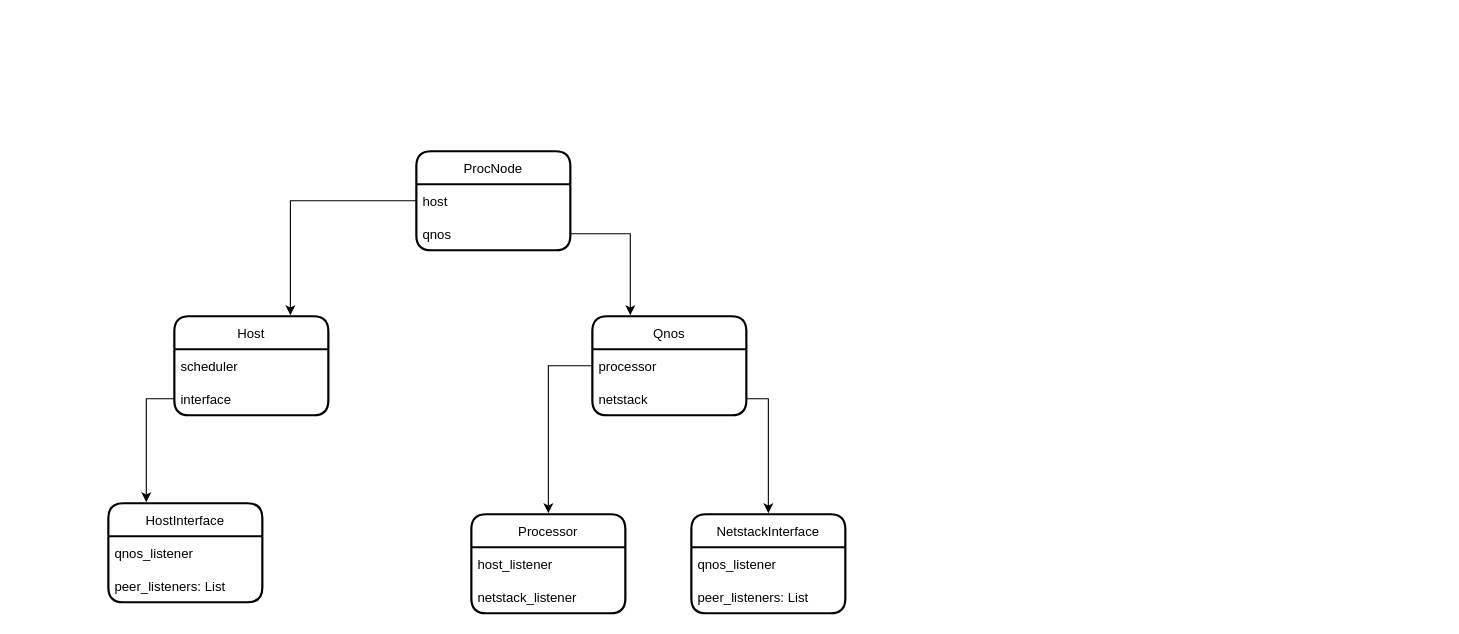
This is squidasm/qoala/arch/protocols.drawio from QuTech-Delft/squidasm, a draw.io file, before an edit. Source tidied: cells renumbered, new cells numbered last; positions are measured from the earlier drawing's top-left corner, leaving out a move shared by most shapes. Both pictures are drawn from the tidied source at 110%, with x=0, y=0 at pixel (108, 151).
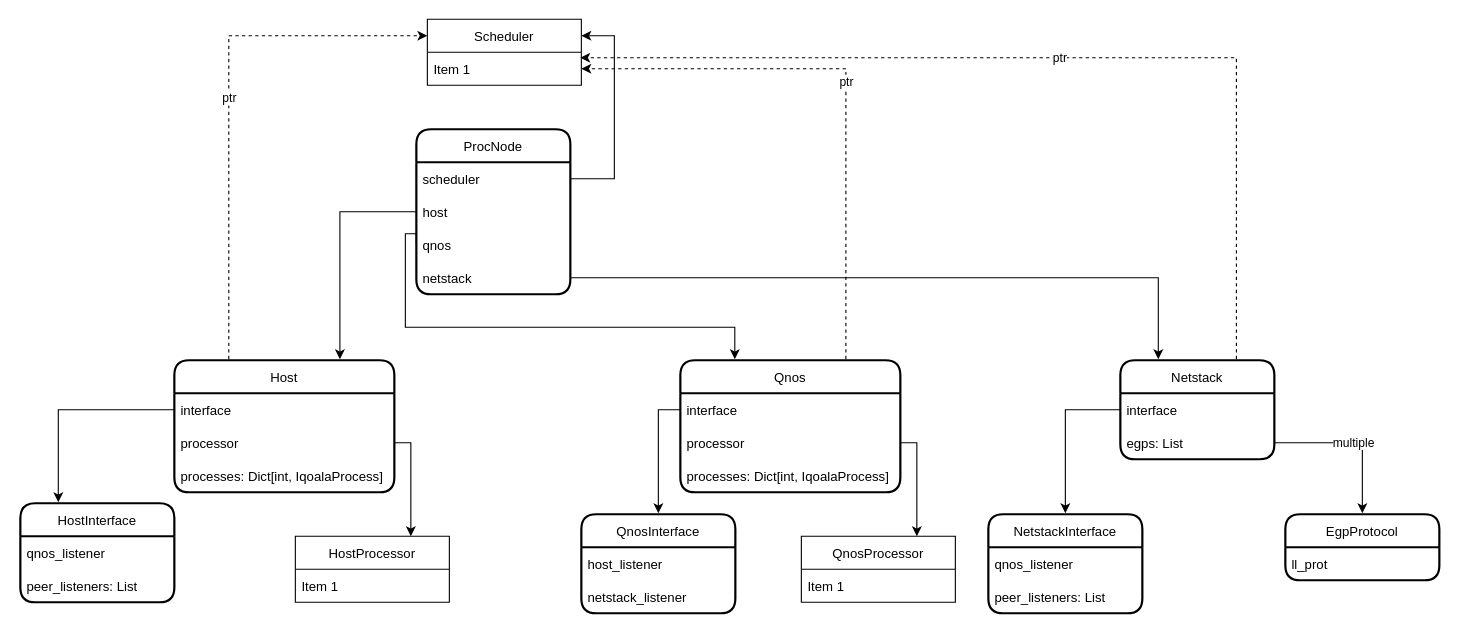
After the change.

The edit, as a diff of the source:
```diff
@@
+    <mxCell id="25" value="ptr" style="edgeStyle=orthogonalEdgeStyle;rounded=0;html=1;exitX=0.75;exitY=0;exitDx=0;exitDy=0;entryX=1;entryY=0.5;entryDx=0;entryDy=0;dashed=1;" parent="1" edge="1" source="2" target="37">
+      <mxGeometry relative="1" as="geometry" />
+    </mxCell>
     <mxCell id="2" value="Qnos" style="swimlane;fontStyle=0;horizontal=1;startSize=30;rounded=1;glass=0;swimlaneLine=1;strokeWidth=2;swimlaneFillColor=none;gradientColor=none;perimeterSpacing=1;" parent="1" vertex="1">
-      <mxGeometry x="440" y="150" width="140" height="90" as="geometry" />
+      <mxGeometry x="520" y="190" width="200" height="120" as="geometry" />
     </mxCell>
-    <mxCell id="3" value="processor" style="text;strokeColor=none;fillColor=none;align=left;verticalAlign=middle;spacingLeft=4;spacingRight=4;overflow=hidden;points=[[0,0.5],[1,0.5]];portConstraint=eastwest;" parent="2" vertex="1">
-      <mxGeometry y="30" width="140" height="30" as="geometry" />
+    <mxCell id="3" value="interface" style="text;strokeColor=none;fillColor=none;align=left;verticalAlign=middle;spacingLeft=4;spacingRight=4;overflow=hidden;points=[[0,0.5],[1,0.5]];portConstraint=eastwest;" parent="2" vertex="1">
+      <mxGeometry y="30" width="200" height="30" as="geometry" />
     </mxCell>
+    <mxCell id="26" value="processor" style="text;strokeColor=none;fillColor=none;align=left;verticalAlign=middle;spacingLeft=4;spacingRight=4;overflow=hidden;points=[[0,0.5],[1,0.5]];portConstraint=eastwest;" parent="2" vertex="1">
+      <mxGeometry y="60" width="200" height="30" as="geometry" />
+    </mxCell>
-    <mxCell id="4" value="netstack" style="text;strokeColor=none;fillColor=none;align=left;verticalAlign=middle;spacingLeft=4;spacingRight=4;overflow=hidden;points=[[0,0.5],[1,0.5]];portConstraint=eastwest;dashed=1;dashPattern=1 1;" parent="2" vertex="1">
-      <mxGeometry y="60" width="140" height="30" as="geometry" />
+    <mxCell id="4" value="processes: Dict[int, IqoalaProcess]" style="text;strokeColor=none;fillColor=none;align=left;verticalAlign=middle;spacingLeft=4;spacingRight=4;overflow=hidden;points=[[0,0.5],[1,0.5]];portConstraint=eastwest;dashed=1;dashPattern=1 1;" parent="2" vertex="1">
+      <mxGeometry y="90" width="200" height="30" as="geometry" />
     </mxCell>
+    <mxCell id="27" value="ptr" style="edgeStyle=orthogonalEdgeStyle;rounded=0;html=1;exitX=0.25;exitY=0;exitDx=0;exitDy=0;entryX=0;entryY=0.25;entryDx=0;entryDy=0;dashed=1;" parent="1" edge="1" source="5" target="36">
+      <mxGeometry relative="1" as="geometry" />
+    </mxCell>
     <mxCell id="5" value="Host" style="swimlane;fontStyle=0;horizontal=1;startSize=30;rounded=1;glass=0;swimlaneLine=1;strokeWidth=2;swimlaneFillColor=none;gradientColor=none;perimeterSpacing=1;" parent="1" vertex="1">
-      <mxGeometry x="60" y="150" width="140" height="90" as="geometry" />
+      <mxGeometry x="60" y="190" width="200" height="120" as="geometry" />
     </mxCell>
-    <mxCell id="6" value="scheduler" style="text;strokeColor=none;fillColor=none;align=left;verticalAlign=middle;spacingLeft=4;spacingRight=4;overflow=hidden;points=[[0,0.5],[1,0.5]];portConstraint=eastwest;" parent="5" vertex="1">
-      <mxGeometry y="30" width="140" height="30" as="geometry" />
-    </mxCell>
     <mxCell id="7" value="interface" style="text;strokeColor=none;fillColor=none;align=left;verticalAlign=middle;spacingLeft=4;spacingRight=4;overflow=hidden;points=[[0,0.5],[1,0.5]];portConstraint=eastwest;dashed=1;dashPattern=1 1;" parent="5" vertex="1">
-      <mxGeometry y="60" width="140" height="30" as="geometry" />
+      <mxGeometry y="30" width="200" height="30" as="geometry" />
     </mxCell>
+    <mxCell id="28" value="processor" style="text;strokeColor=none;fillColor=none;align=left;verticalAlign=middle;spacingLeft=4;spacingRight=4;overflow=hidden;points=[[0,0.5],[1,0.5]];portConstraint=eastwest;dashed=1;dashPattern=1 1;" parent="5" vertex="1">
+      <mxGeometry y="60" width="200" height="30" as="geometry" />
+    </mxCell>
+    <mxCell id="29" value="processes: Dict[int, IqoalaProcess]" style="text;strokeColor=none;fillColor=none;align=left;verticalAlign=middle;spacingLeft=4;spacingRight=4;overflow=hidden;dashed=1;dashPattern=1 1;" parent="5" vertex="1">
+      <mxGeometry y="90" width="200" height="30" as="geometry" />
+    </mxCell>
-    <mxCell id="8" value="Processor" style="swimlane;fontStyle=0;horizontal=1;startSize=30;rounded=1;glass=0;swimlaneLine=1;strokeWidth=2;swimlaneFillColor=none;gradientColor=none;perimeterSpacing=1;" parent="1" vertex="1">
-      <mxGeometry x="330" y="330" width="140" height="90" as="geometry" />
+    <mxCell id="8" value="QnosInterface" style="swimlane;fontStyle=0;horizontal=1;startSize=30;rounded=1;glass=0;swimlaneLine=1;strokeWidth=2;swimlaneFillColor=none;gradientColor=none;perimeterSpacing=1;" parent="1" vertex="1">
+      <mxGeometry x="430" y="330" width="140" height="90" as="geometry" />
     </mxCell>
@@
     <mxCell id="11" value="NetstackInterface" style="swimlane;fontStyle=0;horizontal=1;startSize=30;rounded=1;glass=0;swimlaneLine=1;strokeWidth=2;swimlaneFillColor=none;gradientColor=none;perimeterSpacing=1;" parent="1" vertex="1">
-      <mxGeometry x="530" y="330" width="140" height="90" as="geometry" />
+      <mxGeometry x="800" y="330" width="140" height="90" as="geometry" />
     </mxCell>
@@
     <mxCell id="14" value="ProcNode" style="swimlane;fontStyle=0;horizontal=1;startSize=30;rounded=1;glass=0;swimlaneLine=1;strokeWidth=2;swimlaneFillColor=none;gradientColor=none;perimeterSpacing=1;" parent="1" vertex="1">
-      <mxGeometry x="280" width="140" height="90" as="geometry" />
+      <mxGeometry x="280" y="-20" width="140" height="150" as="geometry" />
     </mxCell>
+    <mxCell id="6" value="scheduler" style="text;strokeColor=none;fillColor=none;align=left;verticalAlign=middle;spacingLeft=4;spacingRight=4;overflow=hidden;points=[[0,0.5],[1,0.5]];portConstraint=eastwest;" parent="14" vertex="1">
+      <mxGeometry y="30" width="140" height="30" as="geometry" />
+    </mxCell>
     <mxCell id="15" value="host" style="text;strokeColor=none;fillColor=none;align=left;verticalAlign=middle;spacingLeft=4;spacingRight=4;overflow=hidden;points=[[0,0.5],[1,0.5]];portConstraint=eastwest;" parent="14" vertex="1">
-      <mxGeometry y="30" width="140" height="30" as="geometry" />
+      <mxGeometry y="60" width="140" height="30" as="geometry" />
     </mxCell>
     <mxCell id="16" value="qnos" style="text;strokeColor=none;fillColor=none;align=left;verticalAlign=middle;spacingLeft=4;spacingRight=4;overflow=hidden;points=[[0,0.5],[1,0.5]];portConstraint=eastwest;dashed=1;dashPattern=1 1;" parent="14" vertex="1">
-      <mxGeometry y="60" width="140" height="30" as="geometry" />
+      <mxGeometry y="90" width="140" height="30" as="geometry" />
     </mxCell>
+    <mxCell id="30" value="netstack" style="text;strokeColor=none;fillColor=none;align=left;verticalAlign=middle;spacingLeft=4;spacingRight=4;overflow=hidden;points=[[0,0.5],[1,0.5]];portConstraint=eastwest;dashed=1;dashPattern=1 1;" parent="14" vertex="1">
+      <mxGeometry y="120" width="140" height="30" as="geometry" />
+    </mxCell>
@@
-    <mxCell id="18" style="edgeStyle=orthogonalEdgeStyle;html=1;exitX=1;exitY=0.5;exitDx=0;exitDy=0;entryX=0.25;entryY=0;entryDx=0;entryDy=0;rounded=0;" parent="1" edge="1" source="16" target="2">
-      <mxGeometry relative="1" as="geometry" />
+    <mxCell id="18" style="edgeStyle=orthogonalEdgeStyle;html=1;exitX=0;exitY=0.5;exitDx=0;exitDy=0;entryX=0.25;entryY=0;entryDx=0;entryDy=0;rounded=0;" parent="1" edge="1" source="16" target="2">
+      <mxGeometry relative="1" as="geometry">
+        <Array as="points">
+          <mxPoint x="280" y="75" />
+          <mxPoint x="270" y="75" />
+          <mxPoint x="270" y="160" />
+          <mxPoint x="570" y="160" />
+        </Array>
+      </mxGeometry>
     </mxCell>
@@
-    <mxCell id="20" style="edgeStyle=orthogonalEdgeStyle;rounded=0;html=1;exitX=1;exitY=0.5;exitDx=0;exitDy=0;entryX=0.5;entryY=0;entryDx=0;entryDy=0;" parent="1" edge="1" source="4" target="11">
-      <mxGeometry relative="1" as="geometry" />
-    </mxCell>
     <mxCell id="21" value="HostInterface" style="swimlane;fontStyle=0;horizontal=1;startSize=30;rounded=1;glass=0;swimlaneLine=1;strokeWidth=2;swimlaneFillColor=none;gradientColor=none;perimeterSpacing=1;" parent="1" vertex="1">
-      <mxGeometry y="320" width="140" height="90" as="geometry" />
+      <mxGeometry x="-80" y="320" width="140" height="90" as="geometry" />
     </mxCell>
@@
+    <mxCell id="31" value="ptr" style="edgeStyle=orthogonalEdgeStyle;rounded=0;html=1;exitX=0.75;exitY=0;exitDx=0;exitDy=0;entryX=0.993;entryY=0.167;entryDx=0;entryDy=0;entryPerimeter=0;dashed=1;" parent="1" edge="1" source="32" target="37">
+      <mxGeometry relative="1" as="geometry" />
+    </mxCell>
+    <mxCell id="32" value="Netstack" style="swimlane;fontStyle=0;horizontal=1;startSize=30;rounded=1;glass=0;swimlaneLine=1;strokeWidth=2;swimlaneFillColor=none;gradientColor=none;perimeterSpacing=1;" parent="1" vertex="1">
+      <mxGeometry x="920" y="190" width="140" height="90" as="geometry" />
+    </mxCell>
+    <mxCell id="33" value="interface" style="text;strokeColor=none;fillColor=none;align=left;verticalAlign=middle;spacingLeft=4;spacingRight=4;overflow=hidden;points=[[0,0.5],[1,0.5]];portConstraint=eastwest;" parent="32" vertex="1">
+      <mxGeometry y="30" width="140" height="30" as="geometry" />
+    </mxCell>
+    <mxCell id="34" value="egps: List" style="text;strokeColor=none;fillColor=none;align=left;verticalAlign=middle;spacingLeft=4;spacingRight=4;overflow=hidden;points=[[0,0.5],[1,0.5]];portConstraint=eastwest;dashed=1;dashPattern=1 1;" parent="32" vertex="1">
+      <mxGeometry y="60" width="140" height="30" as="geometry" />
+    </mxCell>
+    <mxCell id="35" style="edgeStyle=orthogonalEdgeStyle;html=1;exitX=1;exitY=0.5;exitDx=0;exitDy=0;entryX=0.25;entryY=0;entryDx=0;entryDy=0;rounded=0;" parent="1" edge="1" source="30" target="32">
+      <mxGeometry relative="1" as="geometry" />
+    </mxCell>
+    <mxCell id="36" value="Scheduler" style="swimlane;fontStyle=0;horizontal=1;startSize=30;" parent="1" vertex="1">
+      <mxGeometry x="290" y="-120" width="140" height="60" as="geometry" />
+    </mxCell>
+    <mxCell id="37" value="Item 1" style="text;strokeColor=none;fillColor=none;align=left;verticalAlign=middle;spacingLeft=4;spacingRight=4;overflow=hidden;points=[[0,0.5],[1,0.5]];portConstraint=eastwest;" parent="36" vertex="1">
+      <mxGeometry y="30" width="140" height="30" as="geometry" />
+    </mxCell>
+    <mxCell id="38" style="edgeStyle=orthogonalEdgeStyle;rounded=0;html=1;exitX=1;exitY=0.5;exitDx=0;exitDy=0;entryX=1;entryY=0.25;entryDx=0;entryDy=0;" parent="1" edge="1" source="6" target="36">
+      <mxGeometry relative="1" as="geometry">
+        <Array as="points">
+          <mxPoint x="460" y="25" />
+          <mxPoint x="460" y="-105" />
+        </Array>
+      </mxGeometry>
+    </mxCell>
+    <mxCell id="39" value="HostProcessor" style="swimlane;fontStyle=0;horizontal=1;startSize=30;" parent="1" vertex="1">
+      <mxGeometry x="170" y="350" width="140" height="60" as="geometry" />
+    </mxCell>
+    <mxCell id="40" value="Item 1" style="text;strokeColor=none;fillColor=none;align=left;verticalAlign=middle;spacingLeft=4;spacingRight=4;overflow=hidden;" parent="39" vertex="1">
+      <mxGeometry y="30" width="140" height="30" as="geometry" />
+    </mxCell>
+    <mxCell id="41" style="edgeStyle=orthogonalEdgeStyle;rounded=0;html=1;exitX=1;exitY=0.5;exitDx=0;exitDy=0;entryX=0.75;entryY=0;entryDx=0;entryDy=0;" parent="1" edge="1" source="28" target="39">
+      <mxGeometry relative="1" as="geometry" />
+    </mxCell>
+    <mxCell id="42" value="QnosProcessor" style="swimlane;fontStyle=0;horizontal=1;startSize=30;" parent="1" vertex="1">
+      <mxGeometry x="630" y="350" width="140" height="60" as="geometry" />
+    </mxCell>
+    <mxCell id="43" value="Item 1" style="text;strokeColor=none;fillColor=none;align=left;verticalAlign=middle;spacingLeft=4;spacingRight=4;overflow=hidden;" parent="42" vertex="1">
+      <mxGeometry y="30" width="140" height="30" as="geometry" />
+    </mxCell>
+    <mxCell id="44" style="edgeStyle=orthogonalEdgeStyle;rounded=0;html=1;exitX=1;exitY=0.5;exitDx=0;exitDy=0;entryX=0.75;entryY=0;entryDx=0;entryDy=0;" parent="1" edge="1" source="26" target="42">
+      <mxGeometry relative="1" as="geometry" />
+    </mxCell>
+    <mxCell id="45" style="edgeStyle=orthogonalEdgeStyle;rounded=0;html=1;exitX=0;exitY=0.5;exitDx=0;exitDy=0;" parent="1" edge="1" source="33" target="11">
+      <mxGeometry relative="1" as="geometry" />
+    </mxCell>
+    <mxCell id="46" value="EgpProtocol" style="swimlane;fontStyle=0;horizontal=1;startSize=30;rounded=1;glass=0;swimlaneLine=1;strokeWidth=2;swimlaneFillColor=none;gradientColor=none;perimeterSpacing=1;" parent="1" vertex="1">
+      <mxGeometry x="1070" y="330" width="140" height="60" as="geometry" />
+    </mxCell>
+    <mxCell id="47" value="ll_prot" style="text;strokeColor=none;fillColor=none;align=left;verticalAlign=middle;spacingLeft=4;spacingRight=4;overflow=hidden;" parent="46" vertex="1">
+      <mxGeometry y="30" width="140" height="30" as="geometry" />
+    </mxCell>
+    <mxCell id="48" value="multiple" style="edgeStyle=orthogonalEdgeStyle;rounded=0;html=1;exitX=1;exitY=0.5;exitDx=0;exitDy=0;entryX=0.5;entryY=0;entryDx=0;entryDy=0;" parent="1" edge="1" source="34" target="46">
+      <mxGeometry relative="1" as="geometry" />
+    </mxCell>
```
